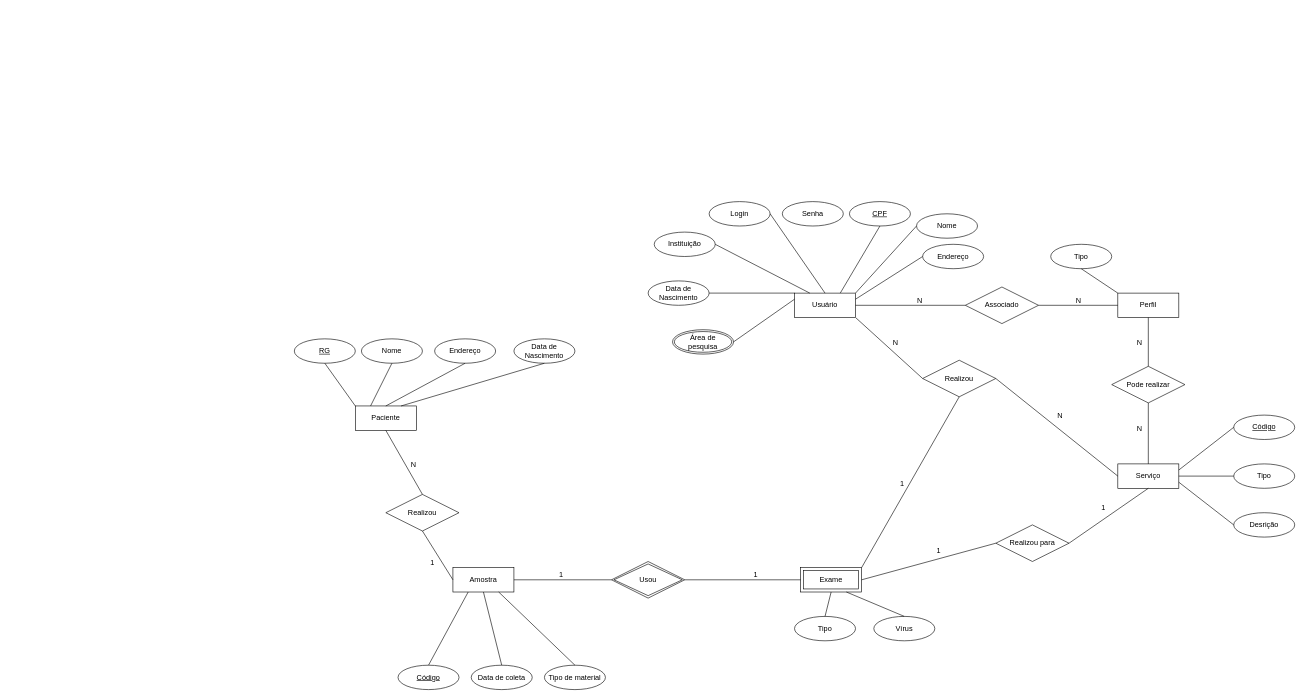
RaulReisS/EPMAC0350 keeps this draw.io diagram as Untitled Diagram.drawio. Above is the earlier version. Source tidied: cells renumbered, new cells numbered last; positions are measured from the earlier drawing's top-left corner, leaving out a move shared by most shapes. Both pictures are drawn from the tidied source at 61%, with x=0, y=0 at pixel (294, 201).
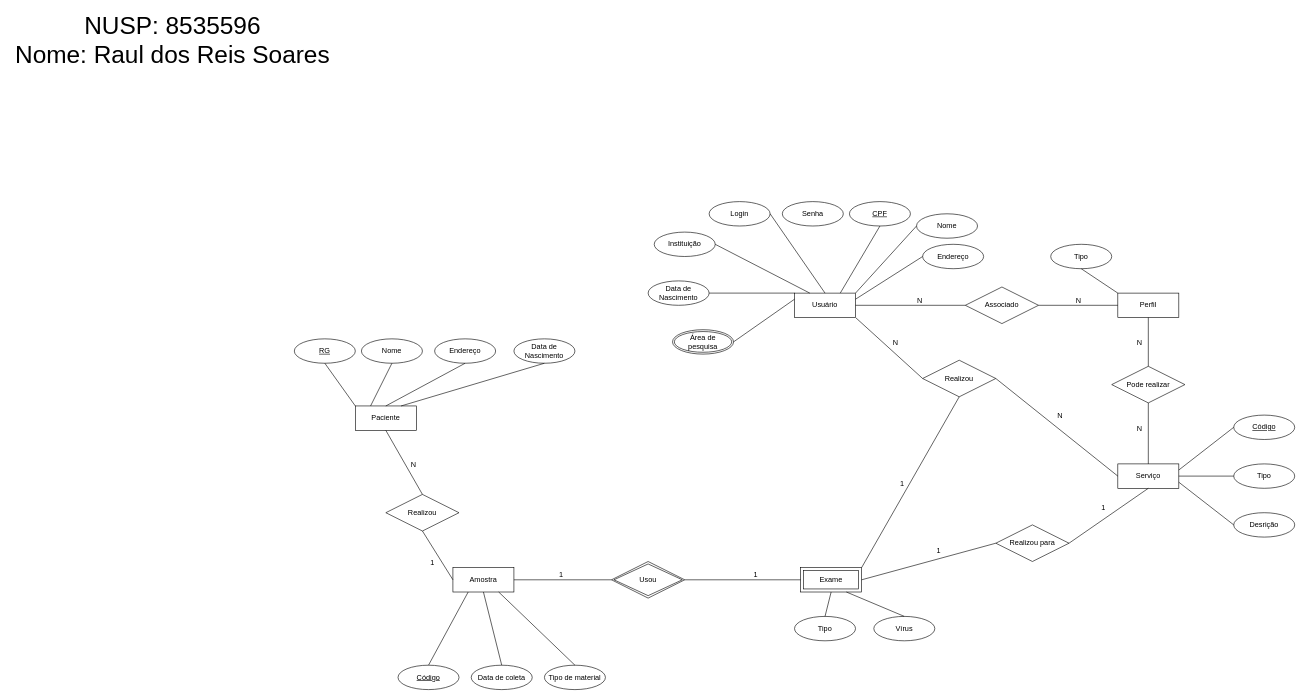
After the change.

Change to the diagram source:
```diff
@@
+    <mxCell id="81" value="&lt;font style=&quot;font-size: 40px&quot;&gt;NUSP: 8535596&lt;br&gt;Nome: Raul dos Reis Soares&lt;/font&gt;" style="text;html=1;align=center;verticalAlign=middle;strokeColor=none;" parent="1" vertex="1">
+      <mxGeometry x="-465" y="-290" width="530" height="50" as="geometry" />
+    </mxCell>
```
